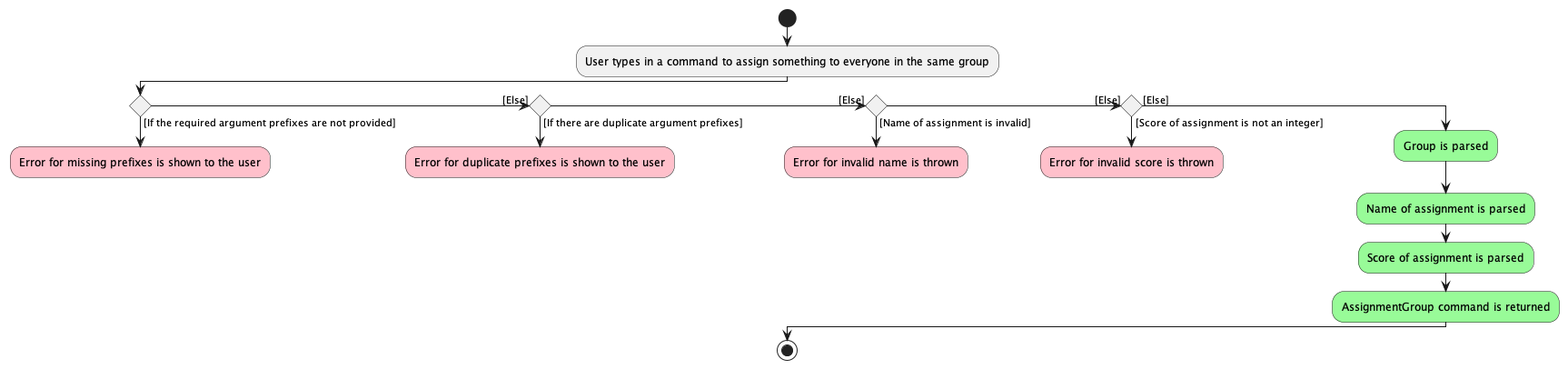
Before: docs/images/AssignGroupParserActivityDiagram.png, a diagram exported from PlantUML (proto-aiken-13/tp).
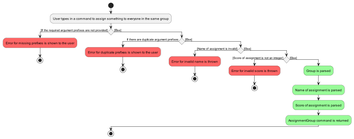
After the change.

Commit message:
Fix DG Activity Diagram

Change to the diagram source:
```diff
@@ -1,24 +1,33 @@
 @startuml
+scale 2.0
 
 start
 :User types in a command to assign something to everyone in the same group;
+
 if () then ([If the required argument prefixes are not provided])
-    #pink:Error for missing prefixes is shown to the user;
-    kill
-([Else]) elseif () then ([If there are duplicate argument prefixes])
-    #pink:Error for duplicate prefixes is shown to the user;
-    kill
-([Else]) elseif () then ([Name of assignment is invalid])
-    #pink:Error for invalid name is thrown;
-    kill
-([Else]) elseif () then ([Score of assignment is not an integer])
-    #pink:Error for invalid score is thrown;
-    kill
+      #FF6666:Error for missing prefixes is shown to the user;
+      stop
 else ([Else])
-    #palegreen:Group is parsed;
-    #palegreen:Name of assignment is parsed;
-    #palegreen:Score of assignment is parsed;
-    #palegreen:AssignmentGroup command is returned;
+    if () then (If there are duplicate argument prefixes)
+        #FF6666:Error for duplicate prefixes is shown to the user;
+        stop
+    else ([Else])
+        if () then ([Name of assignment is invalid])
+            #FF6666:Error for invalid name is thrown;
+            stop
+        else ([Else])
+            if () then ([Score of assignment is not an integer])
+                #FF6666:Error for invalid score is thrown;
+                stop
+            else ([Else])
+               #palegreen:Group is parsed;
+               #palegreen:Name of assignment is parsed;
+               #palegreen:Score of assignment is parsed;
+               #palegreen:AssignmentGroup command is returned;
+            endif
+        endif
+    endif
 endif
+
 stop
 @enduml
```
